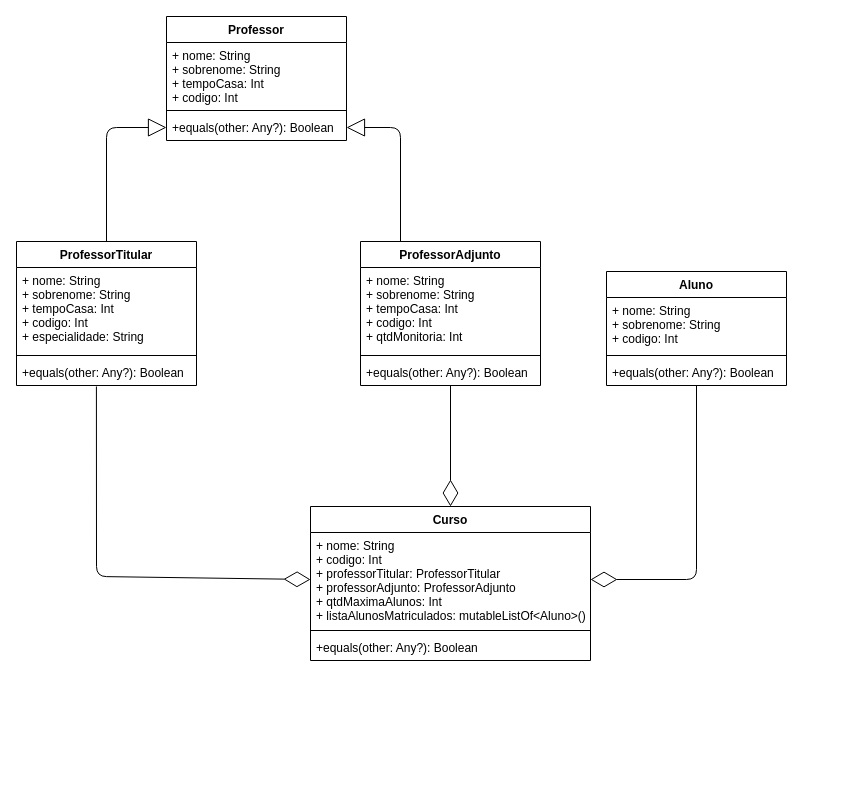
Before: UML/Diagrama Desafio Kotlin.drawio in MarcusLoureiro/DesafioKotlin, a draw.io diagram. Source tidied: cells renumbered, new cells numbered last; positions are measured from the earlier drawing's top-left corner, leaving out a move shared by most shapes. Both pictures are drawn from the tidied source at 100%, with x=0, y=0 at pixel (16, 16).
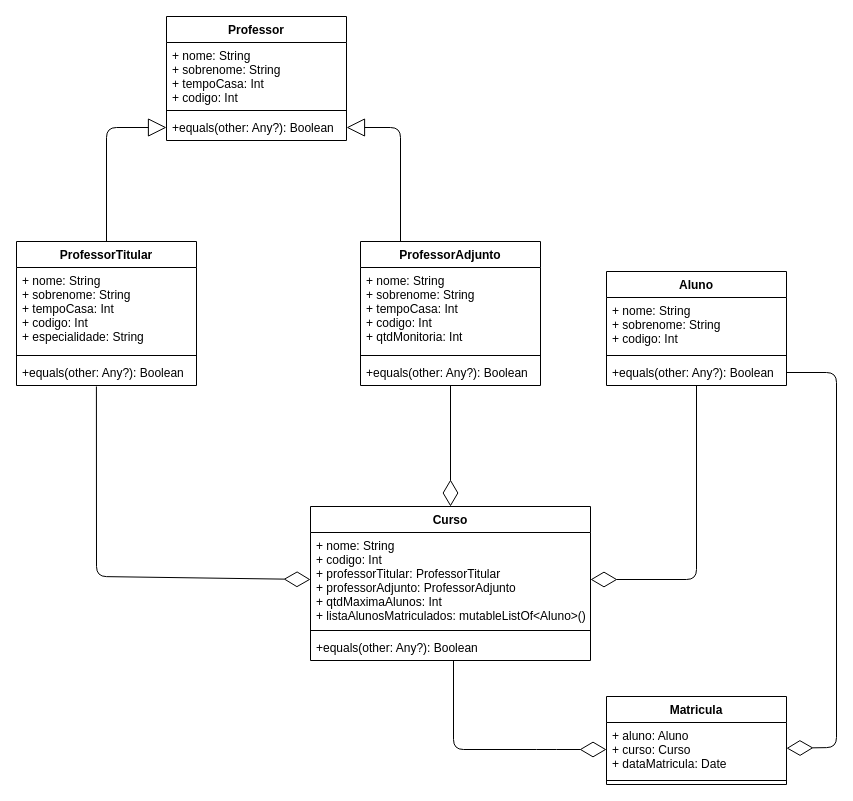
After the change.

The change refers to these unchanged cells:
```xml
<mxCell id="26" value="+equals(other: Any?): Boolean " style="text;strokeColor=none;fillColor=none;align=left;verticalAlign=top;spacingLeft=4;spacingRight=4;overflow=hidden;points=[[0,0.5],[1,0.5]];portConstraint=eastwest;" parent="23" vertex="1">
  <mxGeometry y="88" width="180" height="26" as="geometry" />
</mxCell>
```

The edit, as a diff of the source:
```diff
@@
+    <mxCell id="27" value="Matricula" style="swimlane;fontStyle=1;align=center;verticalAlign=top;horizontal=1;startSize=26;" parent="1" vertex="1">
+      <mxGeometry x="590" y="680" width="180" height="88" as="geometry" />
+    </mxCell>
+    <mxCell id="28" value="+ aluno: Aluno&#10;+ curso: Curso&#10;+ dataMatricula: Date" style="text;strokeColor=none;fillColor=none;align=left;verticalAlign=top;spacingLeft=4;spacingRight=4;overflow=hidden;points=[[0,0.5],[1,0.5]];portConstraint=eastwest;" parent="27" vertex="1">
+      <mxGeometry y="26" width="180" height="54" as="geometry" />
+    </mxCell>
+    <mxCell id="29" style="line;strokeWidth=1;fillColor=none;align=left;verticalAlign=middle;spacingTop=-1;spacingLeft=3;spacingRight=3;labelPosition=right;" parent="27" vertex="1">
+      <mxGeometry y="80" width="180" height="8" as="geometry" />
+    </mxCell>
+    <mxCell id="30" style="endArrow=diamondThin;endFill=0;endSize=24;html=1;entryX=0;entryY=0.5;entryDx=0;entryDy=0;" parent="1" edge="1" target="28">
+      <mxGeometry relative="1" as="geometry">
+        <mxPoint x="437" y="644" as="sourcePoint" />
+        <Array as="points">
+          <mxPoint x="437" y="733" />
+          <mxPoint x="530" y="733" />
+        </Array>
+      </mxGeometry>
+    </mxCell>
+    <mxCell id="31" style="endArrow=diamondThin;endFill=0;endSize=24;html=1;exitX=1;exitY=0.5;exitDx=0;exitDy=0;" parent="1" edge="1" source="26" target="28">
+      <mxGeometry relative="1" as="geometry">
+        <Array as="points">
+          <mxPoint x="820" y="356" />
+          <mxPoint x="820" y="731" />
+        </Array>
+      </mxGeometry>
+    </mxCell>
```
